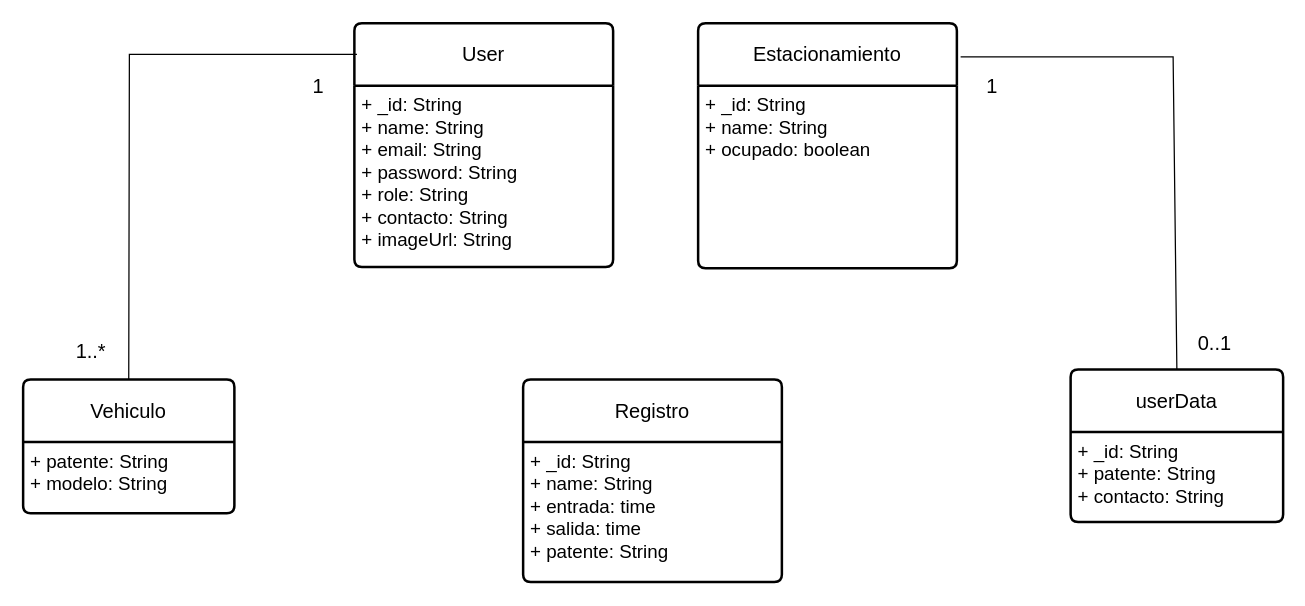
Before: Diagramas/NoSQL.drawio in MrRevillod/SmartParking, a draw.io diagram. Source tidied: cells renumbered, new cells numbered last; positions are measured from the earlier drawing's top-left corner, leaving out a move shared by most shapes. Both pictures are drawn from the tidied source at 125%, with x=0, y=0 at pixel (22, 22).
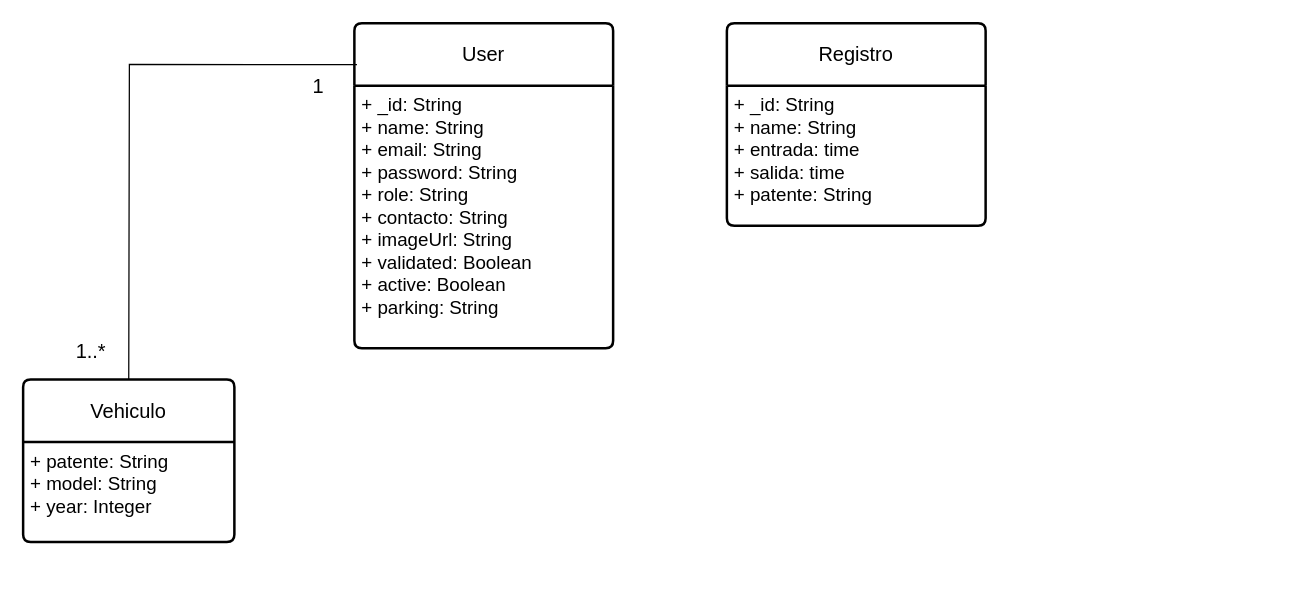
Above is the later version.

Change to the diagram source:
```diff
@@
-    <mxCell id="4" value="1" style="text;html=1;align=center;verticalAlign=middle;strokeColor=none;fillColor=none;fontSize=16;" parent="1" vertex="1">
-      <mxGeometry x="761" y="34" width="27" height="31" as="geometry" />
-    </mxCell>
-    <mxCell id="5" value="0..1" style="text;html=1;align=center;verticalAlign=middle;strokeColor=none;fillColor=none;fontSize=16;" parent="1" vertex="1">
-      <mxGeometry x="931" y="240" width="44" height="31" as="geometry" />
-    </mxCell>
     <mxCell id="6" value="&lt;font style=&quot;font-size: 16px;&quot;&gt;User&lt;/font&gt;" style="swimlane;horizontal=1;startSize=50;rounded=1;fontSize=14;fontStyle=0;strokeWidth=2;shadow=0;dashed=0;align=center;arcSize=4;whiteSpace=wrap;html=1;" parent="1" vertex="1">
-      <mxGeometry x="265" width="207" height="195" as="geometry" />
+      <mxGeometry x="265" width="207" height="260" as="geometry" />
     </mxCell>
-    <mxCell id="7" value="&lt;font style=&quot;font-size: 15px;&quot;&gt;+ _id: String&lt;br&gt;+ name: String&lt;br&gt;+ email: String&lt;br&gt;+ password: String&lt;br&gt;+ role: String&lt;br&gt;+ contacto: String&lt;br&gt;+ imageUrl: String&lt;/font&gt;" style="align=left;strokeColor=none;fillColor=none;spacingLeft=4;fontSize=12;verticalAlign=top;html=1;" parent="6" vertex="1">
-      <mxGeometry y="50" width="207" height="145" as="geometry" />
+    <mxCell id="7" value="&lt;font style=&quot;font-size: 15px;&quot;&gt;+ _id: String&lt;br&gt;+ name: String&lt;br&gt;+ email: String&lt;br&gt;+ password: String&lt;br&gt;+ role: String&lt;br&gt;+ contacto: String&lt;br&gt;+ imageUrl: String&lt;br&gt;+ validated: Boolean&lt;br&gt;+ active: Boolean&lt;br&gt;+ parking: String&lt;br&gt;&lt;/font&gt;" style="align=left;strokeColor=none;fillColor=none;spacingLeft=4;fontSize=12;verticalAlign=top;html=1;" parent="6" vertex="1">
+      <mxGeometry y="50" width="207" height="210" as="geometry" />
     </mxCell>
     <mxCell id="8" style="edgeStyle=none;rounded=0;jettySize=auto;html=1;exitX=0.5;exitY=0;exitDx=0;exitDy=0;entryX=0.01;entryY=0.128;entryDx=0;entryDy=0;entryPerimeter=0;fontSize=12;startSize=8;endSize=8;endArrow=none;endFill=0;" parent="1" edge="1" source="9" target="6">
       <mxGeometry relative="1" as="geometry">
         <Array as="points">
-          <mxPoint x="85" y="25" />
+          <mxPoint x="85" y="33" />
         </Array>
       </mxGeometry>
     </mxCell>
     <mxCell id="9" value="&lt;font style=&quot;font-size: 16px;&quot;&gt;Vehiculo&lt;/font&gt;" style="swimlane;horizontal=1;startSize=50;rounded=1;fontSize=14;fontStyle=0;strokeWidth=2;shadow=0;dashed=0;align=center;arcSize=4;whiteSpace=wrap;html=1;" parent="1" vertex="1">
-      <mxGeometry y="285" width="169" height="107" as="geometry" />
+      <mxGeometry y="285" width="169" height="130" as="geometry" />
     </mxCell>
-    <mxCell id="10" value="&lt;font style=&quot;font-size: 15px;&quot;&gt;+ patente: String&lt;br&gt;+ modelo: String&lt;br&gt;&lt;/font&gt;" style="align=left;strokeColor=none;fillColor=none;spacingLeft=4;fontSize=12;verticalAlign=top;html=1;" parent="9" vertex="1">
-      <mxGeometry y="50" width="169" height="57" as="geometry" />
+    <mxCell id="10" value="&lt;font style=&quot;font-size: 15px;&quot;&gt;+ patente: String&lt;br&gt;+ model: String&lt;br&gt;+ year: Integer&lt;br&gt;&lt;/font&gt;" style="align=left;strokeColor=none;fillColor=none;spacingLeft=4;fontSize=12;verticalAlign=top;html=1;" parent="9" vertex="1">
+      <mxGeometry y="50" width="169" height="80" as="geometry" />
     </mxCell>
-    <mxCell id="11" value="&lt;span style=&quot;font-size: 16px;&quot;&gt;Estacionamiento&lt;/span&gt;" style="swimlane;horizontal=1;startSize=50;rounded=1;fontSize=14;fontStyle=0;strokeWidth=2;shadow=0;dashed=0;align=center;arcSize=4;whiteSpace=wrap;html=1;" parent="1" vertex="1">
-      <mxGeometry x="540" width="207" height="196" as="geometry" />
-    </mxCell>
-    <mxCell id="12" value="&lt;font style=&quot;font-size: 15px;&quot;&gt;+ _id: String&lt;br&gt;+ name: String&lt;br&gt;+ ocupado: boolean&lt;/font&gt;" style="align=left;strokeColor=none;fillColor=none;spacingLeft=4;fontSize=12;verticalAlign=top;html=1;" parent="11" vertex="1">
-      <mxGeometry y="50" width="207" height="146" as="geometry" />
-    </mxCell>
-    <mxCell id="13" style="edgeStyle=none;rounded=0;jettySize=auto;html=1;exitX=0.5;exitY=0;exitDx=0;exitDy=0;fontSize=12;startSize=8;endSize=8;endArrow=none;endFill=0;" parent="1" edge="1" source="14">
-      <mxGeometry relative="1" as="geometry">
-        <mxPoint x="750" y="27" as="targetPoint" />
-        <Array as="points">
-          <mxPoint x="920" y="27" />
-        </Array>
-      </mxGeometry>
-    </mxCell>
-    <mxCell id="14" value="&lt;span style=&quot;font-size: 16px;&quot;&gt;userData&lt;/span&gt;" style="swimlane;horizontal=1;startSize=50;rounded=1;fontSize=14;fontStyle=0;strokeWidth=2;shadow=0;dashed=0;align=center;arcSize=4;whiteSpace=wrap;html=1;" parent="1" vertex="1">
-      <mxGeometry x="838" y="277" width="170" height="122" as="geometry" />
-    </mxCell>
-    <mxCell id="15" value="&lt;font style=&quot;font-size: 15px;&quot;&gt;+ _id: String&lt;br&gt;+ patente: String&lt;br&gt;+ contacto: String&lt;br&gt;&lt;/font&gt;" style="align=left;strokeColor=none;fillColor=none;spacingLeft=4;fontSize=12;verticalAlign=top;html=1;" parent="14" vertex="1">
-      <mxGeometry y="50" width="170" height="72" as="geometry" />
-    </mxCell>
     <mxCell id="16" value="&lt;font style=&quot;font-size: 16px;&quot;&gt;Registro&lt;/font&gt;" style="swimlane;horizontal=1;startSize=50;rounded=1;fontSize=14;fontStyle=0;strokeWidth=2;shadow=0;dashed=0;align=center;arcSize=4;whiteSpace=wrap;html=1;" parent="1" vertex="1">
-      <mxGeometry x="400" y="285" width="207" height="162" as="geometry" />
+      <mxGeometry x="563" width="207" height="162" as="geometry" />
     </mxCell>
```
